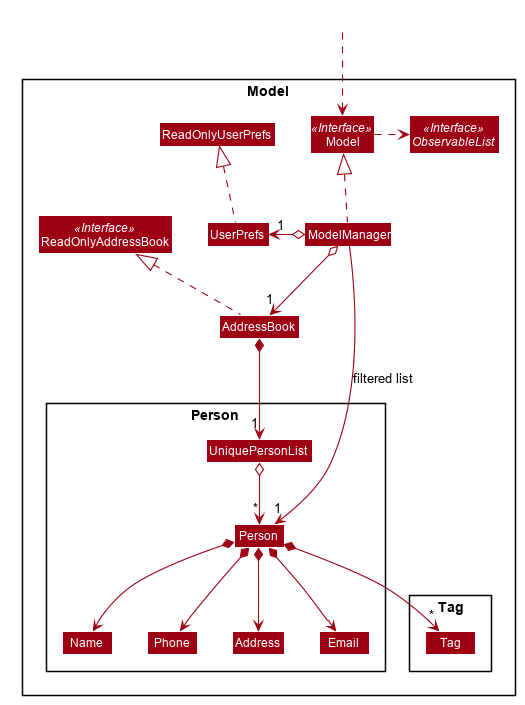
Before: docs/images/ModelClassDiagram.png, a diagram exported from PlantUML (nus-cs2103-AY1920S1/addressbook-level3).
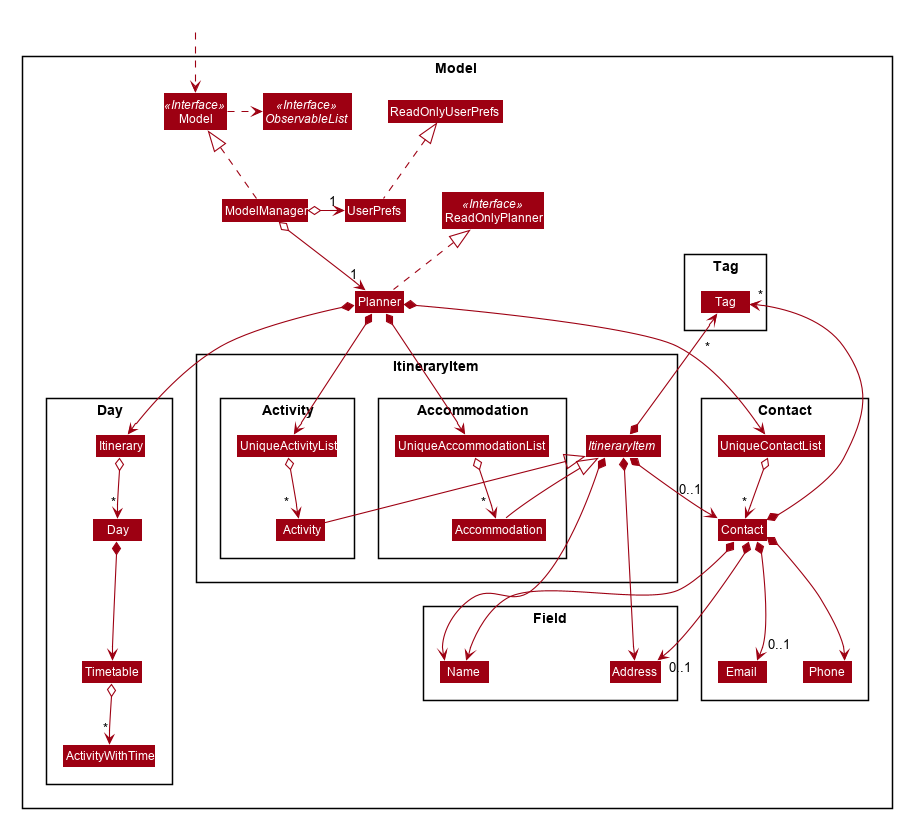
The same file after the commit.

Commit message:
Made ModelClassDiagram look better

Change to the diagram source:
```diff
@@ -52,25 +52,48 @@
 skinparam classBackgroundColor #9D0012
 
 Package Model <<Rectangle>>{
-Interface ReadOnlyAddressBook <<Interface>>
+Interface ReadOnlyPlanner <<Interface>>
 Interface Model <<Interface>>
 Interface ObservableList <<Interface>>
-Class AddressBook
-Class ReadOnlyAddressBook
+Class Planner
+Class ReadOnlyPlanner
 Class Model
 Class ModelManager
 Class UserPrefs
 Class ReadOnlyUserPrefs
 
-Package Person {
-Class Person
+Package Field\n {
 Class Address
-Class Email
+Class H1 #FFFFFF
 Class Name
-Class Phone
-Class UniquePersonList
 }
 
+Package ItineraryItem {
+    Abstract Class ItineraryItem
+    Package Activity {
+    Class Activity
+    Class UniqueActivityList
+    }
+
+    Package Accommodation {
+    Class Accommodation
+    Class UniqueAccommodationList
+    }
+}
+
+Package Day {
+Class ActivityWithTime
+Class Day
+Class Timetable
+Class Itinerary
+}
+
+Package Contact {
+Class Contact
+Class Email
+Class Phone
+Class UniqueContactList
+}
 Package Tag {
 Class Tag
 }
@@ -79,25 +102,55 @@
 Class HiddenOutside #FFFFFF
 HiddenOutside ..> Model
 
-AddressBook .up.|> ReadOnlyAddressBook
+Planner .up.|> ReadOnlyPlanner
 
 ModelManager .up.|> Model
 Model .right.> ObservableList
-ModelManager o--> "1" AddressBook
+ModelManager o--> "1" Planner
 ModelManager o-left-> "1" UserPrefs
 UserPrefs .up.|> ReadOnlyUserPrefs
 
-AddressBook *--> "1" UniquePersonList
-UniquePersonList o--> "*" Person
-Person *--> Name
-Person *--> Phone
-Person *--> Email
-Person *--> Address
-Person *--> "*" Tag
+Planner *--> UniqueAccommodationList
+Planner *--> UniqueContactList
+Planner *--> UniqueActivityList
+Planner *--> Itinerary
 
-Name -[hidden]right-> Phone
-Phone -[hidden]right-> Address
-Address -[hidden]right-> Email
+ItineraryItem *-->  Name
+ItineraryItem *-[hidden]-> Name
+ItineraryItem *-[hidden]-> Name
+ItineraryItem *--> Address
+ItineraryItem *--> "0..1  \n" Contact
+ItineraryItem *-[hidden]-> Contact
+ItineraryItem *-up-> "\n        *" Tag
+ItineraryItem <|-- Accommodation
+ItineraryItem <|-[hidden]- Accommodation
 
-ModelManager -->"1" Person : filtered list
+ItineraryItem <|-- Activity
+
+UniqueActivityList o--> "         *" Activity
+UniqueAccommodationList o--> "        *" Accommodation
+
+UniqueContactList o--> "*" Contact
+
+Contact *-->  Name
+Contact *-[hidden]->  Phone
+Contact *-[hidden]->  Phone
+Contact *-->  Phone
+Contact *-[hidden]-> "0..1" Email
+Contact *-[hidden]-> "0..1" Email
+Contact *--> "0..1" Email
+Contact *-[hidden]-> "0..1" Address
+Contact *-[hidden]-> "0..1" Address
+Contact *--> "0..1" Address
+
+Contact *-up-> "*" Tag
+
+
+Itinerary o--> " *" Day
+Day *--> Timetable
+Timetable o--> " *" ActivityWithTime
+
+Name -[hidden]right-> H1
+
+
 @enduml
```
